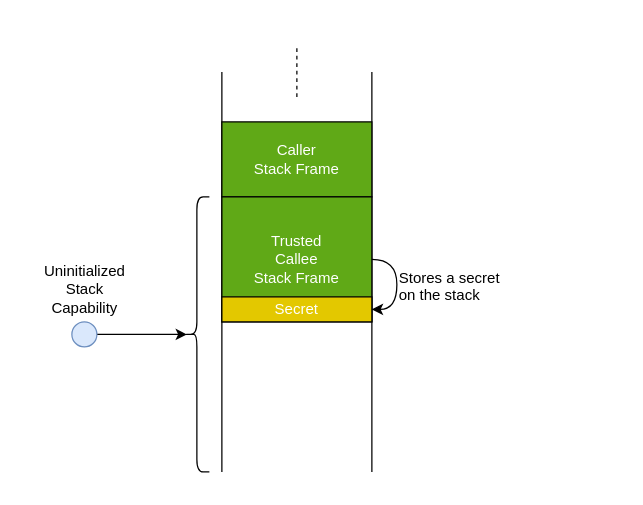
This is drawio/secret-on-stack-init.drawio from capt-hb/thesis, a draw.io file, before an edit. Source tidied: cells renumbered, new cells numbered last; positions are measured from the earlier drawing's top-left corner, leaving out a move shared by most shapes. Both pictures are drawn from the tidied source at 125%, with x=0, y=0 at pixel (34, 46).
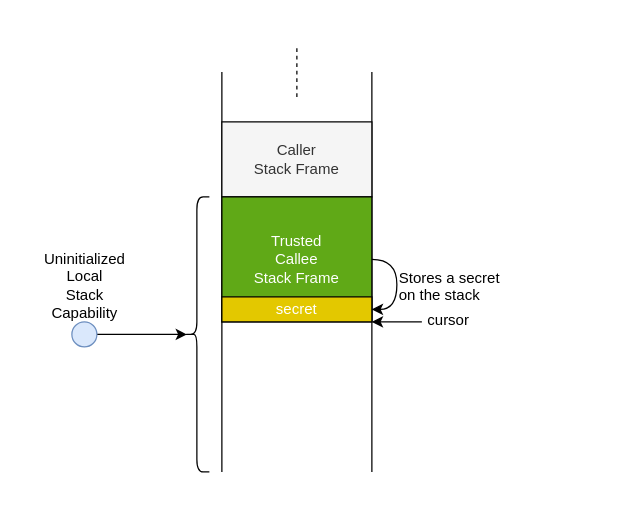
The same page after the edit.

Change to the diagram source:
```diff
@@
-    <mxCell id="5" value="Caller&lt;br&gt;Stack Frame" style="rounded=0;whiteSpace=wrap;html=1;strokeColor=#000000;align=center;fillColor=#60a917;fontColor=#ffffff;" parent="1" vertex="1">
+    <mxCell id="5" value="Caller&lt;br&gt;Stack Frame" style="rounded=0;whiteSpace=wrap;html=1;strokeColor=#000000;align=center;fillColor=#f5f5f5;fontColor=#333333;" parent="1" vertex="1">
       <mxGeometry x="150" y="60" width="120" height="60" as="geometry" />
     </mxCell>
@@
-    <mxCell id="10" value="Uninitialized&lt;br&gt;Stack&lt;br&gt;Capability" style="text;html=1;align=center;verticalAlign=top;spacingTop=-4;" parent="1" vertex="1">
-      <mxGeometry y="170" width="80" height="40" as="geometry" />
+    <mxCell id="10" value="Uninitialized&lt;br&gt;Local&lt;br&gt;Stack&lt;br&gt;Capability" style="text;html=1;align=center;verticalAlign=top;spacingTop=-4;" parent="1" vertex="1">
+      <mxGeometry y="160" width="80" height="60" as="geometry" />
     </mxCell>
-    <mxCell id="11" value="Secret" style="rounded=0;whiteSpace=wrap;html=1;strokeColor=#000000;align=center;fillColor=#e3c800;fontColor=#ffffff;" parent="1" vertex="1">
+    <mxCell id="11" value="secret" style="rounded=0;whiteSpace=wrap;html=1;strokeColor=#000000;align=center;fillColor=#e3c800;fontColor=#ffffff;" parent="1" vertex="1">
       <mxGeometry x="150" y="200" width="120" height="20" as="geometry" />
     </mxCell>
@@
+    <mxCell id="14" style="endArrow=classic;html=1;fontSize=12;" parent="1" edge="1">
+      <mxGeometry relative="1" as="geometry">
+        <mxPoint x="310" y="220" as="sourcePoint" />
+        <mxPoint x="270" y="220" as="targetPoint" />
+      </mxGeometry>
+    </mxCell>
+    <mxCell id="15" value="cursor" style="edgeLabel;html=1;align=center;verticalAlign=middle;fontSize=12;" parent="14" vertex="1">
+      <mxGeometry x="-1" y="-6" relative="1" as="geometry">
+        <mxPoint x="20" y="4" as="offset" />
+      </mxGeometry>
+    </mxCell>
+    <mxCell id="16" style="rounded=0;whiteSpace=wrap;html=1;strokeColor=none;fillColor=none;fontSize=12;" parent="1" vertex="1">
+      <mxGeometry x="-10" y="-20" width="480" height="370" as="geometry" />
+    </mxCell>
```
